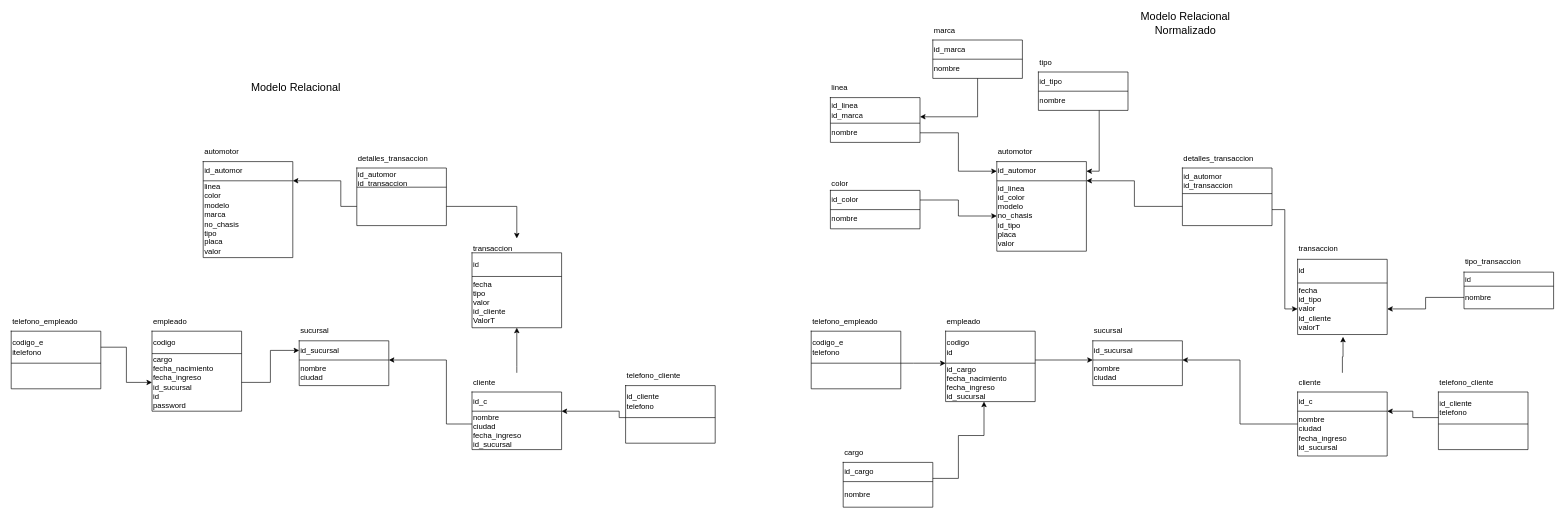
Before: db/Diagrama sin título.drawio in SnakyDH/BuenAuto-BE, a draw.io diagram. Source tidied: cells renumbered, new cells numbered last; positions are measured from the earlier drawing's top-left corner, leaving out a move shared by most shapes. Both pictures are drawn from the tidied source at 64%, with x=0, y=0 at pixel (11, 14).
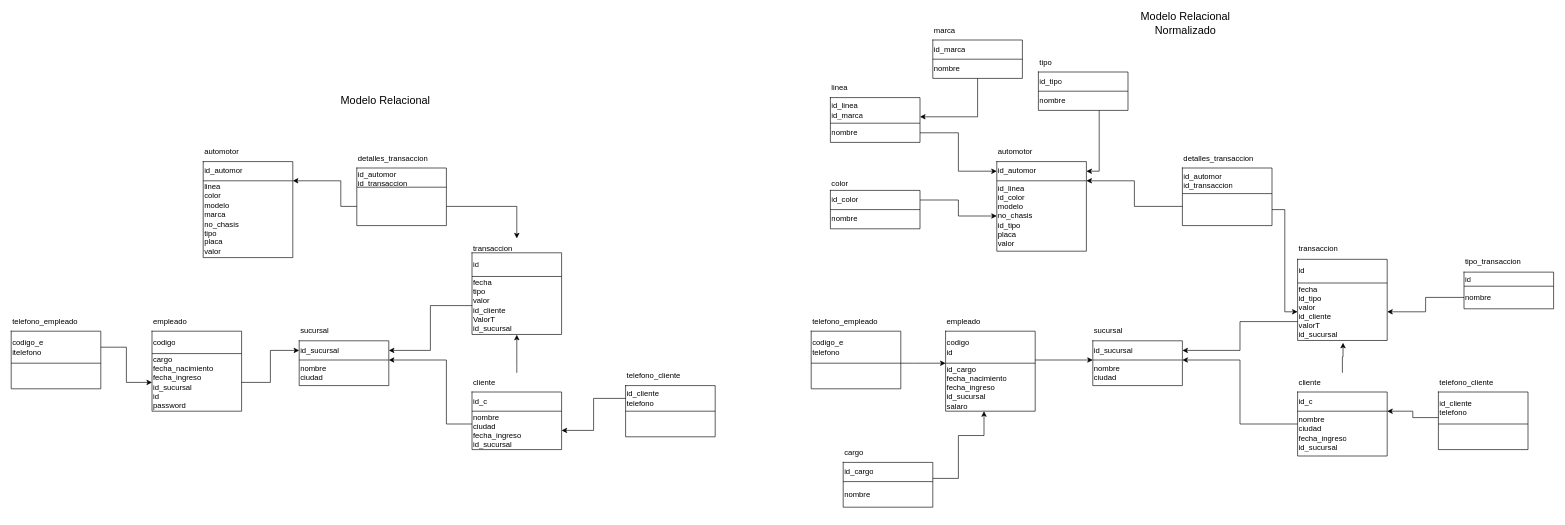
Above is the later version.

The change refers to these unchanged cells:
```xml
<mxCell id="24" style="group;" parent="1" vertex="1">
  <mxGeometry x="720" y="350" width="140" height="130" as="geometry" />
</mxCell>
<mxCell id="33" style="shape=tableRow;horizontal=0;startSize=0;swimlaneHead=0;swimlaneBody=0;strokeColor=inherit;top=0;left=0;bottom=0;right=0;fillColor=none;points=[[0,0.5],[1,0.5]];portConstraint=eastwest;" parent="32" vertex="1">
  <mxGeometry width="140" height="30" as="geometry" />
</mxCell>
<mxCell id="40" style="shape=tableRow;horizontal=0;startSize=0;swimlaneHead=0;swimlaneBody=0;strokeColor=inherit;top=0;left=0;bottom=0;right=0;fillColor=none;points=[[0,0.5],[1,0.5]];portConstraint=eastwest;" parent="39" vertex="1">
  <mxGeometry width="140" height="30" as="geometry" />
</mxCell>
<mxCell id="42" style="shape=tableRow;horizontal=0;startSize=0;swimlaneHead=0;swimlaneBody=0;strokeColor=inherit;top=0;left=0;bottom=0;right=0;fillColor=none;points=[[0,0.5],[1,0.5]];portConstraint=eastwest;" parent="39" vertex="1">
  <mxGeometry y="30" width="140" height="60" as="geometry" />
</mxCell>
<mxCell id="45" style="group;" parent="1" vertex="1">
  <mxGeometry x="960" y="550" width="140" height="110" as="geometry" />
</mxCell>
<mxCell id="74" style="group;" parent="1" vertex="1">
  <mxGeometry x="1460" y="465" width="140" height="110" as="geometry" />
</mxCell>
<mxCell id="93" style="shape=tableRow;horizontal=0;startSize=0;swimlaneHead=0;swimlaneBody=0;strokeColor=inherit;top=0;left=0;bottom=0;right=0;fillColor=none;points=[[0,0.5],[1,0.5]];portConstraint=eastwest;" parent="92" vertex="1">
  <mxGeometry width="140" height="30" as="geometry" />
</mxCell>
```

What changed in the source:
```diff
@@
     <mxCell id="26" style="shape=table;startSize=0;childLayout=tableLayout;" parent="24" vertex="1">
-      <mxGeometry y="22.5" width="140" height="117.1" as="geometry" />
+      <mxGeometry y="22.5" width="140" height="127.6" as="geometry" />
     </mxCell>
@@
     <mxCell id="29" style="shape=tableRow;horizontal=0;startSize=0;swimlaneHead=0;swimlaneBody=0;strokeColor=inherit;top=0;left=0;bottom=0;right=0;fillColor=none;points=[[0,0.5],[1,0.5]];portConstraint=eastwest;" parent="26" vertex="1">
-      <mxGeometry y="37" width="140" height="80" as="geometry" />
+      <mxGeometry y="37" width="140" height="91" as="geometry" />
     </mxCell>
-    <mxCell id="30" value="fecha&lt;br&gt;tipo&lt;br&gt;valor&lt;br&gt;id_cliente&lt;br&gt;ValorT" style="shape=partialRectangle;html=1;whiteSpace=wrap;strokeColor=inherit;overflow=hidden;fillColor=none;top=0;left=0;bottom=0;right=0;align=left;" parent="29" vertex="1">
-      <mxGeometry width="140" height="80" as="geometry" />
+    <mxCell id="30" value="fecha&lt;br&gt;tipo&lt;br&gt;valor&lt;br&gt;id_cliente&lt;br&gt;ValorT&lt;br&gt;id_sucursal" style="shape=partialRectangle;html=1;whiteSpace=wrap;strokeColor=inherit;overflow=hidden;fillColor=none;top=0;left=0;bottom=0;right=0;align=left;" parent="29" vertex="1">
+      <mxGeometry width="140" height="91" as="geometry" />
     </mxCell>
@@
     <mxCell id="46" style="shape=table;startSize=0;childLayout=tableLayout;" parent="45" vertex="1">
-      <mxGeometry y="30" width="140" height="90" as="geometry" />
+      <mxGeometry y="30" width="140" height="80" as="geometry" />
     </mxCell>
     <mxCell id="47" style="shape=tableRow;horizontal=0;startSize=0;swimlaneHead=0;swimlaneBody=0;strokeColor=inherit;top=0;left=0;bottom=0;right=0;fillColor=none;points=[[0,0.5],[1,0.5]];portConstraint=eastwest;" parent="46" vertex="1">
-      <mxGeometry width="140" height="50" as="geometry" />
+      <mxGeometry width="140" height="40" as="geometry" />
     </mxCell>
     <mxCell id="48" value="id_cliente&lt;br&gt;telefono" style="shape=partialRectangle;html=1;whiteSpace=wrap;strokeColor=inherit;overflow=hidden;fillColor=none;top=0;left=0;bottom=0;right=0;align=left;" parent="47" vertex="1">
-      <mxGeometry width="140" height="50" as="geometry" />
+      <mxGeometry width="140" height="40" as="geometry" />
     </mxCell>
     <mxCell id="49" style="shape=tableRow;horizontal=0;startSize=0;swimlaneHead=0;swimlaneBody=0;strokeColor=inherit;top=0;left=0;bottom=0;right=0;fillColor=none;" parent="46" vertex="1">
-      <mxGeometry y="50" width="140" height="40" as="geometry" />
+      <mxGeometry y="40" width="140" height="40" as="geometry" />
     </mxCell>
@@
-    <mxCell id="53" style="edgeStyle=orthogonalEdgeStyle;rounded=0;jettySize=auto;html=1;" parent="1" edge="1" source="47" target="40">
-      <mxGeometry relative="1" as="geometry">
-        <Array as="points">
-          <mxPoint x="950" y="630" />
-          <mxPoint x="950" y="620" />
-        </Array>
-      </mxGeometry>
+    <mxCell id="53" style="edgeStyle=orthogonalEdgeStyle;rounded=0;jettySize=auto;html=1;" parent="1" edge="1" source="47" target="42">
+      <mxGeometry relative="1" as="geometry" />
     </mxCell>
@@
     <mxCell id="56" value="Modelo Relacional" style="text;html=1;strokeColor=none;fillColor=none;align=center;verticalAlign=middle;whiteSpace=wrap;rounded=0;fontSize=17;" parent="1" vertex="1">
-      <mxGeometry x="340" y="100" width="210" height="30" as="geometry" />
+      <mxGeometry x="480" y="120" width="210" height="30" as="geometry" />
     </mxCell>
@@
     <mxCell id="75" style="shape=table;startSize=0;childLayout=tableLayout;" parent="74" vertex="1">
-      <mxGeometry y="30" width="140" height="110" as="geometry" />
+      <mxGeometry y="30" width="140" height="125" as="geometry" />
     </mxCell>
@@
     <mxCell id="78" style="shape=tableRow;horizontal=0;startSize=0;swimlaneHead=0;swimlaneBody=0;strokeColor=inherit;top=0;left=0;bottom=0;right=0;fillColor=none;points=[[0,0.5],[1,0.5]];portConstraint=eastwest;" parent="75" vertex="1">
-      <mxGeometry y="50" width="140" height="60" as="geometry" />
+      <mxGeometry y="50" width="140" height="75" as="geometry" />
     </mxCell>
-    <mxCell id="79" value="id_cargo&lt;br&gt;fecha_nacimiento&lt;br&gt;fecha_ingreso&lt;span style=&quot;white-space: pre;&quot;&gt;&#9;&lt;/span&gt;&lt;br&gt;id_sucursal" style="shape=partialRectangle;html=1;whiteSpace=wrap;strokeColor=inherit;overflow=hidden;fillColor=none;top=0;left=0;bottom=0;right=0;align=left;" parent="78" vertex="1">
-      <mxGeometry width="140" height="60" as="geometry" />
+    <mxCell id="79" value="id_cargo&lt;br&gt;fecha_nacimiento&lt;br&gt;fecha_ingreso&lt;span style=&quot;white-space: pre;&quot;&gt;&#9;&lt;/span&gt;&lt;br&gt;id_sucursal&lt;br&gt;salaro" style="shape=partialRectangle;html=1;whiteSpace=wrap;strokeColor=inherit;overflow=hidden;fillColor=none;top=0;left=0;bottom=0;right=0;align=left;" parent="78" vertex="1">
+      <mxGeometry width="140" height="75" as="geometry" />
     </mxCell>
@@
     <mxCell id="165" style="shape=table;startSize=0;childLayout=tableLayout;" parent="1" vertex="1">
-      <mxGeometry x="2010" y="382.7" width="140" height="117.5" as="geometry" />
+      <mxGeometry x="2010" y="382.7" width="140" height="126.8" as="geometry" />
     </mxCell>
@@
     <mxCell id="168" style="shape=tableRow;horizontal=0;startSize=0;swimlaneHead=0;swimlaneBody=0;strokeColor=inherit;top=0;left=0;bottom=0;right=0;fillColor=none;points=[[0,0.5],[1,0.5]];portConstraint=eastwest;" parent="165" vertex="1">
-      <mxGeometry y="37" width="140" height="81" as="geometry" />
+      <mxGeometry y="37" width="140" height="90" as="geometry" />
     </mxCell>
-    <mxCell id="169" value="fecha&lt;br&gt;id_tipo&lt;br&gt;valor&lt;br&gt;id_cliente&lt;br&gt;valorT" style="shape=partialRectangle;html=1;whiteSpace=wrap;strokeColor=inherit;overflow=hidden;fillColor=none;top=0;left=0;bottom=0;right=0;align=left;" parent="168" vertex="1">
-      <mxGeometry width="140" height="81" as="geometry" />
+    <mxCell id="169" value="fecha&lt;br&gt;id_tipo&lt;br&gt;valor&lt;br&gt;id_cliente&lt;br&gt;valorT&lt;br&gt;id_sucursal" style="shape=partialRectangle;html=1;whiteSpace=wrap;strokeColor=inherit;overflow=hidden;fillColor=none;top=0;left=0;bottom=0;right=0;align=left;" parent="168" vertex="1">
+      <mxGeometry width="140" height="90" as="geometry" />
     </mxCell>
@@
+    <mxCell id="179" style="edgeStyle=orthogonalEdgeStyle;rounded=0;jettySize=auto;html=1;" parent="1" edge="1" source="29" target="33">
+      <mxGeometry relative="1" as="geometry" />
+    </mxCell>
+    <mxCell id="180" style="edgeStyle=orthogonalEdgeStyle;rounded=0;jettySize=auto;html=1;" parent="1" edge="1" source="168" target="93">
+      <mxGeometry relative="1" as="geometry">
+        <Array as="points">
+          <mxPoint x="1920" y="480" />
+          <mxPoint x="1920" y="525" />
+        </Array>
+      </mxGeometry>
+    </mxCell>
```
